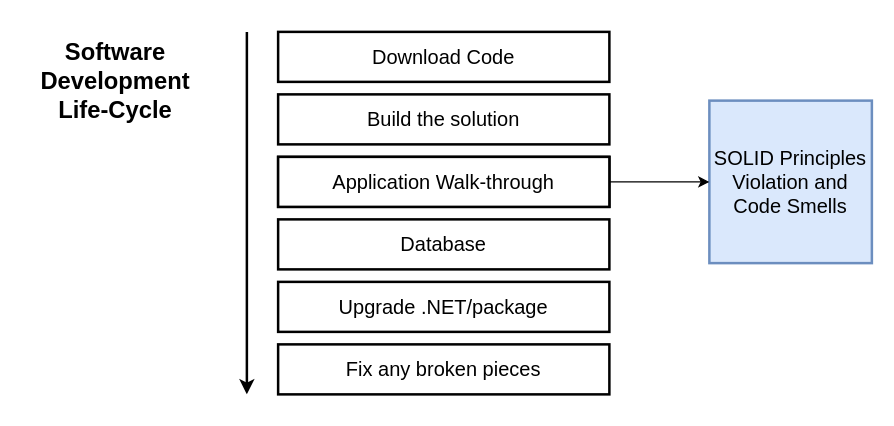
khanziaullah/CodeRefactoringEF keeps this draw.io diagram as page "02 - Getting Started" (2 of 2) of Section 02 - The Contoso University Web App.drawio. Above is the earlier version. Source tidied: cells renumbered, new cells numbered last; positions are measured from the earlier drawing's top-left corner, leaving out a move shared by most shapes. Both pictures are drawn from the tidied source at 125%, with x=0, y=0 at pixel (21, 31).
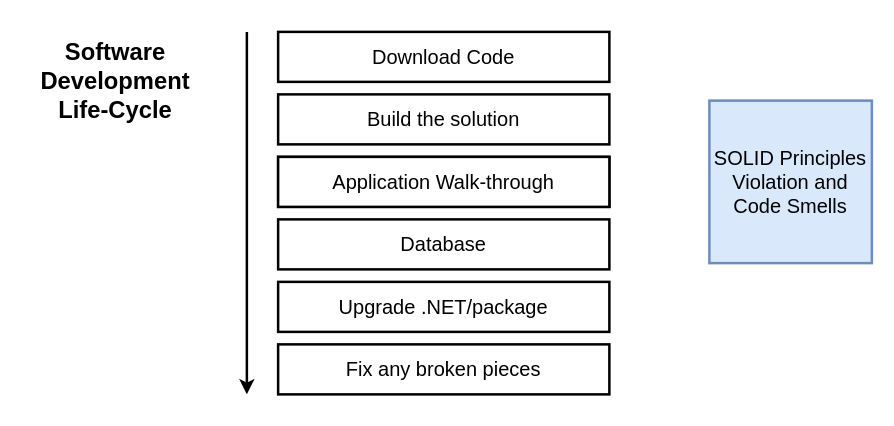
After the change.

Change to the diagram source:
```diff
@@
 <mxGraphModel>
   <root>
     <mxCell id="0" />
     <mxCell id="1" parent="0" />
     <mxCell id="2" value="Download Code" style="rounded=0;whiteSpace=wrap;html=1;strokeWidth=2;fontSize=16;" parent="1" vertex="1">
       <mxGeometry x="205" width="265" height="40" as="geometry" />
     </mxCell>
     <mxCell id="3" value="Build the solution" style="rounded=0;whiteSpace=wrap;html=1;strokeWidth=2;fontSize=16;" parent="1" vertex="1">
       <mxGeometry x="205" y="50" width="265" height="40" as="geometry" />
     </mxCell>
     <mxCell id="4" value="Designing software" style="rounded=0;whiteSpace=wrap;html=1;strokeWidth=2;fontSize=16;" parent="1" vertex="1">
       <mxGeometry x="205" y="100" width="265" height="40" as="geometry" />
     </mxCell>
     <mxCell id="5" value="Upgrade .NET/package" style="rounded=0;whiteSpace=wrap;html=1;strokeWidth=2;fontSize=16;" parent="1" vertex="1">
       <mxGeometry x="205" y="200" width="265" height="40" as="geometry" />
     </mxCell>
     <mxCell id="6" value="Fix any broken pieces" style="rounded=0;whiteSpace=wrap;html=1;strokeWidth=2;fontSize=16;" parent="1" vertex="1">
       <mxGeometry x="205" y="250" width="265" height="40" as="geometry" />
     </mxCell>
     <mxCell id="7" value="SOLID Principles Violation and Code Smells" style="whiteSpace=wrap;html=1;fillColor=#dae8fc;strokeColor=#6c8ebf;strokeWidth=2;fontSize=16;" parent="1" vertex="1">
       <mxGeometry x="550" y="55" width="130" height="130" as="geometry" />
     </mxCell>
     <mxCell id="8" value="Database" style="rounded=0;whiteSpace=wrap;html=1;strokeWidth=2;fontSize=16;" parent="1" vertex="1">
       <mxGeometry x="205" y="150" width="265" height="40" as="geometry" />
     </mxCell>
     <mxCell id="9" style="endArrow=classic;html=1;strokeWidth=2;fontSize=16;" parent="1" edge="1">
       <mxGeometry relative="1" as="geometry">
         <mxPoint x="180" as="sourcePoint" />
         <mxPoint x="180" y="290" as="targetPoint" />
       </mxGeometry>
     </mxCell>
     <mxCell id="10" value="Software Development Life-Cycle" style="text;html=1;strokeColor=none;fillColor=none;align=center;verticalAlign=middle;whiteSpace=wrap;rounded=0;fontStyle=1;strokeWidth=2;fontSize=19;" parent="1" vertex="1">
       <mxGeometry y="10" width="150" height="60" as="geometry" />
     </mxCell>
-    <mxCell id="11" style="edgeStyle=orthogonalEdgeStyle;rounded=0;jettySize=auto;html=1;exitX=1;exitY=0.5;exitDx=0;exitDy=0;entryX=0;entryY=0.5;entryDx=0;entryDy=0;" parent="1" edge="1" source="12" target="7">
-      <mxGeometry relative="1" as="geometry" />
-    </mxCell>
     <mxCell id="12" value="Application Walk-through" style="rounded=0;whiteSpace=wrap;html=1;strokeWidth=2;fontSize=16;" parent="1" vertex="1">
       <mxGeometry x="205" y="100" width="265" height="40" as="geometry" />
     </mxCell>
   </root>
 </mxGraphModel>
```
